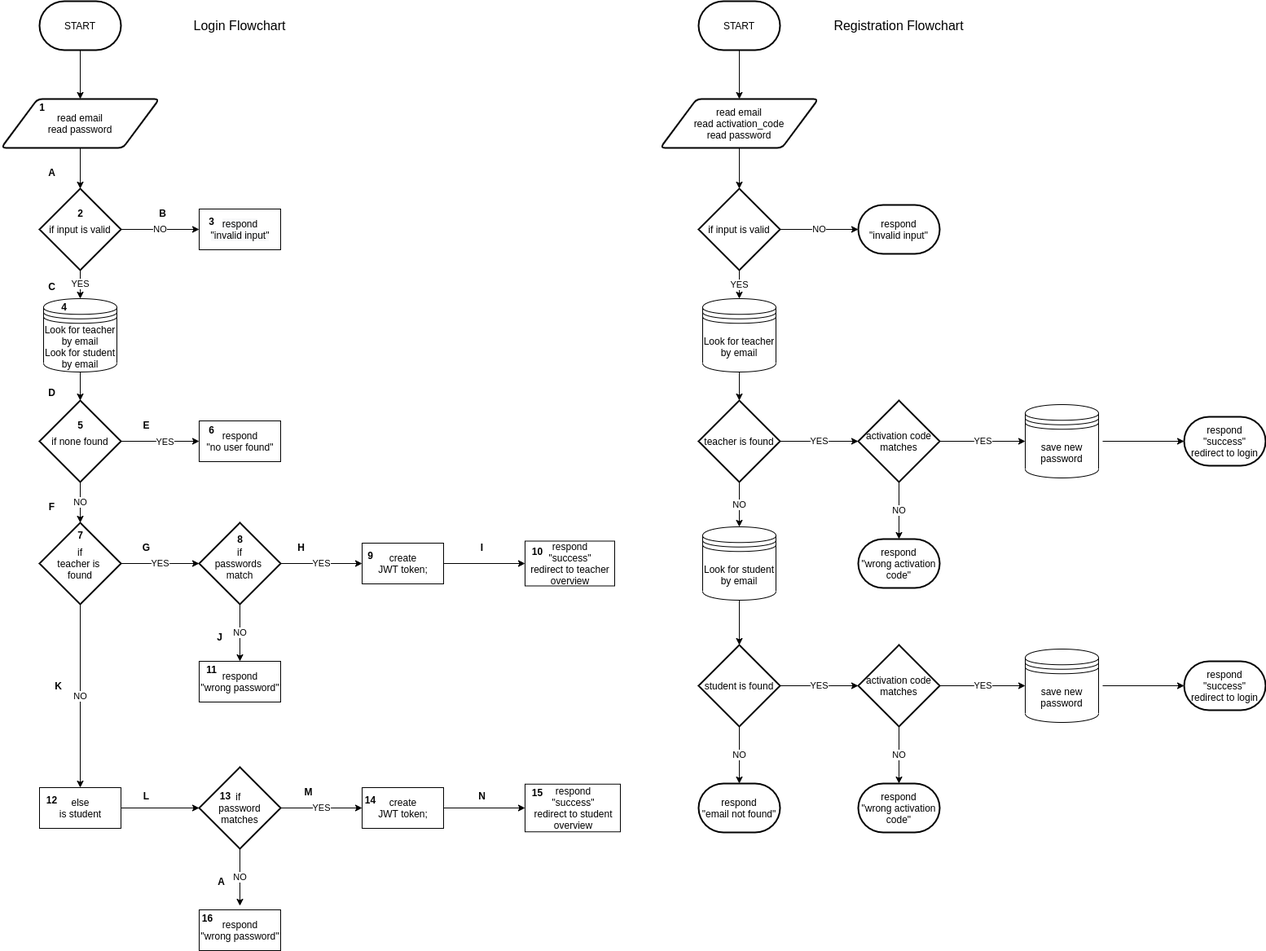
This is docs/auth-flowchart.drawio.png from stefanosAgelastos/multi-db-web-server, a draw.io export, as it was before one commit. Source tidied: cells renumbered, new cells last; positions are measured from the earlier drawing's top-left corner, leaving out a move shared by most shapes.
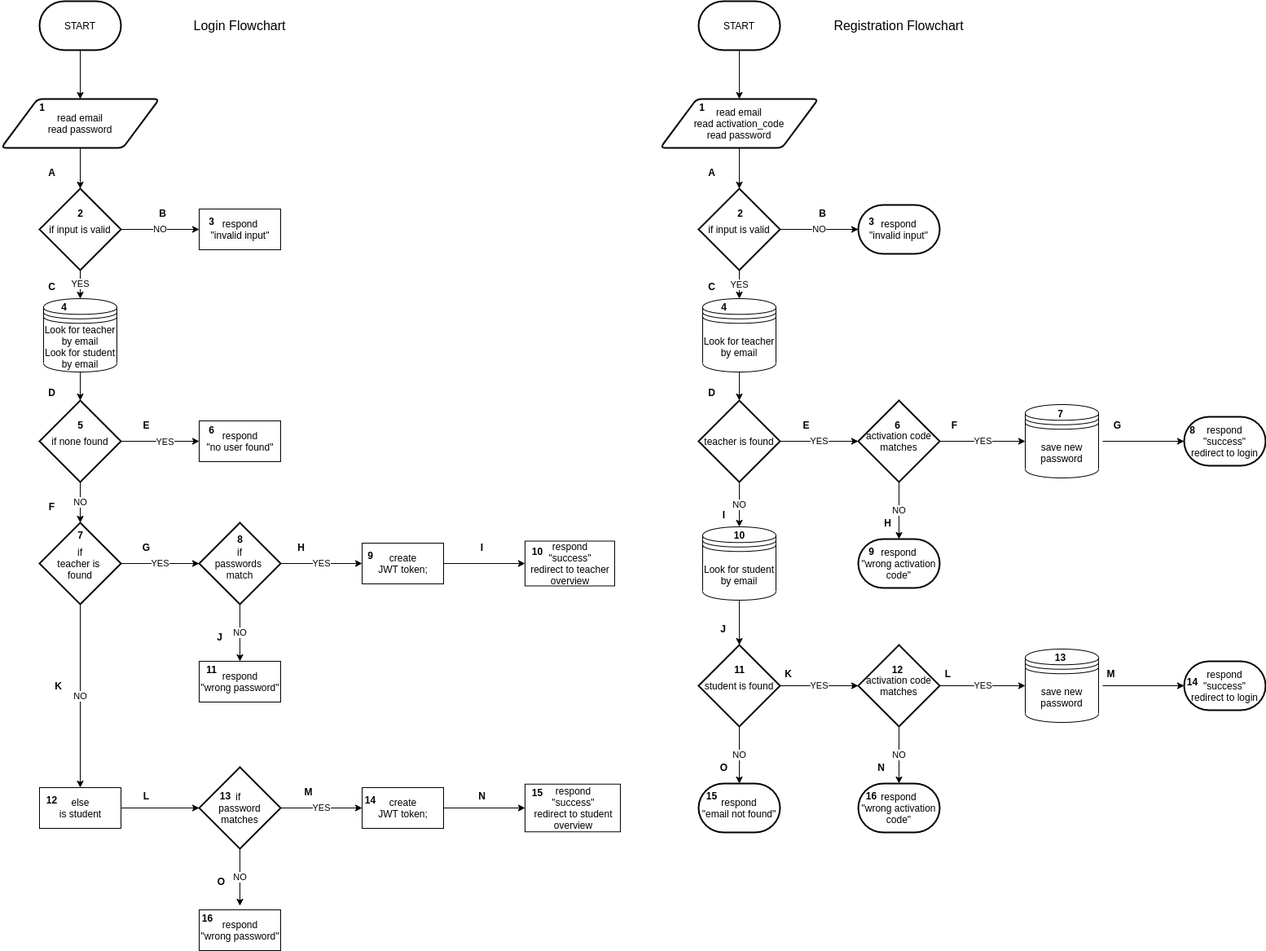
After the commit.

Commit message:
added numbers to registration paths and nodes

Diff of the diagram source:
```diff
@@ -285,7 +285,7 @@
     <mxCell id="86" value="&lt;b&gt;N&lt;/b&gt;" style="text;html=1;align=center;verticalAlign=middle;strokeColor=none;fillColor=none;" parent="1" vertex="1">
       <mxGeometry x="580" y="965" width="20" height="20" as="geometry" />
     </mxCell>
-    <mxCell id="87" value="&lt;b&gt;A&lt;/b&gt;" style="text;html=1;align=center;verticalAlign=middle;strokeColor=none;fillColor=none;" parent="1" vertex="1">
+    <mxCell id="87" value="&lt;b&gt;O&lt;/b&gt;" style="text;html=1;align=center;verticalAlign=middle;strokeColor=none;fillColor=none;" parent="1" vertex="1">
       <mxGeometry x="260" y="1070" width="20" height="20" as="geometry" />
     </mxCell>
     <mxCell id="88" style="edgeStyle=orthogonalEdgeStyle;rounded=0;jettySize=auto;html=1;entryX=0;entryY=0.5;entryDx=0;entryDy=0;entryPerimeter=0;" parent="1" edge="1" source="89" target="17">
@@ -333,5 +333,95 @@
     <mxCell id="102" value="&lt;b&gt;3&lt;/b&gt;" style="text;html=1;align=center;verticalAlign=middle;strokeColor=none;fillColor=none;" parent="1" vertex="1">
       <mxGeometry x="248" y="260" width="20" height="20" as="geometry" />
     </mxCell>
+    <mxCell id="103" value="&lt;b&gt;1&lt;/b&gt;" style="text;html=1;align=center;verticalAlign=middle;strokeColor=none;fillColor=none;" parent="1" vertex="1">
+      <mxGeometry x="850" y="120" width="20" height="20" as="geometry" />
+    </mxCell>
+    <mxCell id="104" value="&lt;b&gt;2&lt;/b&gt;" style="text;html=1;align=center;verticalAlign=middle;strokeColor=none;fillColor=none;" parent="1" vertex="1">
+      <mxGeometry x="897" y="250" width="20" height="20" as="geometry" />
+    </mxCell>
+    <mxCell id="105" value="&lt;b&gt;4&lt;/b&gt;" style="text;html=1;align=center;verticalAlign=middle;strokeColor=none;fillColor=none;" parent="1" vertex="1">
+      <mxGeometry x="877" y="365" width="20" height="20" as="geometry" />
+    </mxCell>
+    <mxCell id="106" value="&lt;b&gt;A&lt;/b&gt;" style="text;html=1;align=center;verticalAlign=middle;strokeColor=none;fillColor=none;" parent="1" vertex="1">
+      <mxGeometry x="862" y="200" width="20" height="20" as="geometry" />
+    </mxCell>
+    <mxCell id="107" value="&lt;b&gt;C&lt;/b&gt;" style="text;html=1;align=center;verticalAlign=middle;strokeColor=none;fillColor=none;" parent="1" vertex="1">
+      <mxGeometry x="862" y="340" width="20" height="20" as="geometry" />
+    </mxCell>
+    <mxCell id="108" value="&lt;b&gt;B&lt;/b&gt;" style="text;html=1;align=center;verticalAlign=middle;strokeColor=none;fillColor=none;" parent="1" vertex="1">
+      <mxGeometry x="998" y="250" width="20" height="20" as="geometry" />
+    </mxCell>
+    <mxCell id="109" value="&lt;b&gt;D&lt;/b&gt;" style="text;html=1;align=center;verticalAlign=middle;strokeColor=none;fillColor=none;" parent="1" vertex="1">
+      <mxGeometry x="862" y="470" width="20" height="20" as="geometry" />
+    </mxCell>
+    <mxCell id="110" value="&lt;b&gt;E&lt;/b&gt;" style="text;html=1;align=center;verticalAlign=middle;strokeColor=none;fillColor=none;" parent="1" vertex="1">
+      <mxGeometry x="978" y="510" width="20" height="20" as="geometry" />
+    </mxCell>
+    <mxCell id="111" value="&lt;b&gt;6&lt;/b&gt;" style="text;html=1;align=center;verticalAlign=middle;strokeColor=none;fillColor=none;" parent="1" vertex="1">
+      <mxGeometry x="1090" y="510" width="20" height="20" as="geometry" />
+    </mxCell>
+    <mxCell id="112" value="&lt;b&gt;3&lt;/b&gt;" style="text;html=1;align=center;verticalAlign=middle;strokeColor=none;fillColor=none;" parent="1" vertex="1">
+      <mxGeometry x="1058" y="260" width="20" height="20" as="geometry" />
+    </mxCell>
+    <mxCell id="113" value="&lt;b&gt;7&lt;/b&gt;" style="text;html=1;align=center;verticalAlign=middle;strokeColor=none;fillColor=none;" parent="1" vertex="1">
+      <mxGeometry x="1290" y="496" width="20" height="20" as="geometry" />
+    </mxCell>
+    <mxCell id="114" value="&lt;b&gt;8&lt;/b&gt;" style="text;html=1;align=center;verticalAlign=middle;strokeColor=none;fillColor=none;" parent="1" vertex="1">
+      <mxGeometry x="1452" y="516" width="20" height="20" as="geometry" />
+    </mxCell>
+    <mxCell id="115" value="&lt;b&gt;F&lt;/b&gt;" style="text;html=1;align=center;verticalAlign=middle;strokeColor=none;fillColor=none;" parent="1" vertex="1">
+      <mxGeometry x="1160" y="510" width="20" height="20" as="geometry" />
+    </mxCell>
+    <mxCell id="116" value="&lt;b&gt;G&lt;/b&gt;" style="text;html=1;align=center;verticalAlign=middle;strokeColor=none;fillColor=none;" parent="1" vertex="1">
+      <mxGeometry x="1360" y="510" width="20" height="20" as="geometry" />
+    </mxCell>
+    <mxCell id="117" value="&lt;b&gt;I&lt;/b&gt;" style="text;html=1;align=center;verticalAlign=middle;strokeColor=none;fillColor=none;" parent="1" vertex="1">
+      <mxGeometry x="877" y="620" width="20" height="20" as="geometry" />
+    </mxCell>
+    <mxCell id="118" value="&lt;b&gt;H&lt;/b&gt;" style="text;html=1;align=center;verticalAlign=middle;strokeColor=none;fillColor=none;" parent="1" vertex="1">
+      <mxGeometry x="1078" y="630" width="20" height="20" as="geometry" />
+    </mxCell>
+    <mxCell id="119" value="&lt;b&gt;J&lt;/b&gt;" style="text;html=1;align=center;verticalAlign=middle;strokeColor=none;fillColor=none;" parent="1" vertex="1">
+      <mxGeometry x="876" y="760" width="20" height="20" as="geometry" />
+    </mxCell>
+    <mxCell id="120" value="&lt;b&gt;K&lt;/b&gt;" style="text;html=1;align=center;verticalAlign=middle;strokeColor=none;fillColor=none;" parent="1" vertex="1">
+      <mxGeometry x="956" y="815" width="20" height="20" as="geometry" />
+    </mxCell>
+    <mxCell id="121" value="&lt;b&gt;L&lt;/b&gt;" style="text;html=1;align=center;verticalAlign=middle;strokeColor=none;fillColor=none;" parent="1" vertex="1">
+      <mxGeometry x="1152" y="815" width="20" height="20" as="geometry" />
+    </mxCell>
+    <mxCell id="122" value="&lt;b&gt;M&lt;/b&gt;" style="text;html=1;align=center;verticalAlign=middle;strokeColor=none;fillColor=none;" parent="1" vertex="1">
+      <mxGeometry x="1347" y="815" width="30" height="20" as="geometry" />
+    </mxCell>
+    <mxCell id="123" value="&lt;b&gt;O&lt;/b&gt;" style="text;html=1;align=center;verticalAlign=middle;strokeColor=none;fillColor=none;" parent="1" vertex="1">
+      <mxGeometry x="877" y="930" width="20" height="20" as="geometry" />
+    </mxCell>
+    <mxCell id="124" value="&lt;b&gt;N&lt;/b&gt;" style="text;html=1;align=center;verticalAlign=middle;strokeColor=none;fillColor=none;" parent="1" vertex="1">
+      <mxGeometry x="1070" y="930" width="20" height="20" as="geometry" />
+    </mxCell>
+    <mxCell id="125" value="&lt;b&gt;10&lt;/b&gt;" style="text;html=1;align=center;verticalAlign=middle;strokeColor=none;fillColor=none;" parent="1" vertex="1">
+      <mxGeometry x="891" y="645" width="30" height="20" as="geometry" />
+    </mxCell>
+    <mxCell id="126" value="&lt;b&gt;9&lt;/b&gt;" style="text;html=1;align=center;verticalAlign=middle;strokeColor=none;fillColor=none;" parent="1" vertex="1">
+      <mxGeometry x="1058" y="665" width="20" height="20" as="geometry" />
+    </mxCell>
+    <mxCell id="127" value="&lt;b&gt;11&lt;/b&gt;" style="text;html=1;align=center;verticalAlign=middle;strokeColor=none;fillColor=none;" parent="1" vertex="1">
+      <mxGeometry x="891" y="810" width="30" height="20" as="geometry" />
+    </mxCell>
+    <mxCell id="128" value="&lt;b&gt;12&lt;/b&gt;" style="text;html=1;align=center;verticalAlign=middle;strokeColor=none;fillColor=none;" parent="1" vertex="1">
+      <mxGeometry x="1085" y="810" width="30" height="20" as="geometry" />
+    </mxCell>
+    <mxCell id="129" value="&lt;b&gt;13&lt;/b&gt;" style="text;html=1;align=center;verticalAlign=middle;strokeColor=none;fillColor=none;" parent="1" vertex="1">
+      <mxGeometry x="1285" y="795" width="30" height="20" as="geometry" />
+    </mxCell>
+    <mxCell id="130" value="&lt;b&gt;14&lt;/b&gt;" style="text;html=1;align=center;verticalAlign=middle;strokeColor=none;fillColor=none;" parent="1" vertex="1">
+      <mxGeometry x="1447" y="825" width="30" height="20" as="geometry" />
+    </mxCell>
+    <mxCell id="131" value="&lt;b&gt;15&lt;/b&gt;" style="text;html=1;align=center;verticalAlign=middle;strokeColor=none;fillColor=none;" parent="1" vertex="1">
+      <mxGeometry x="857" y="965" width="30" height="20" as="geometry" />
+    </mxCell>
+    <mxCell id="132" value="&lt;b&gt;16&lt;/b&gt;" style="text;html=1;align=center;verticalAlign=middle;strokeColor=none;fillColor=none;" parent="1" vertex="1">
+      <mxGeometry x="1053" y="965" width="30" height="20" as="geometry" />
+    </mxCell>
   </root>
 </mxGraphModel>
```
